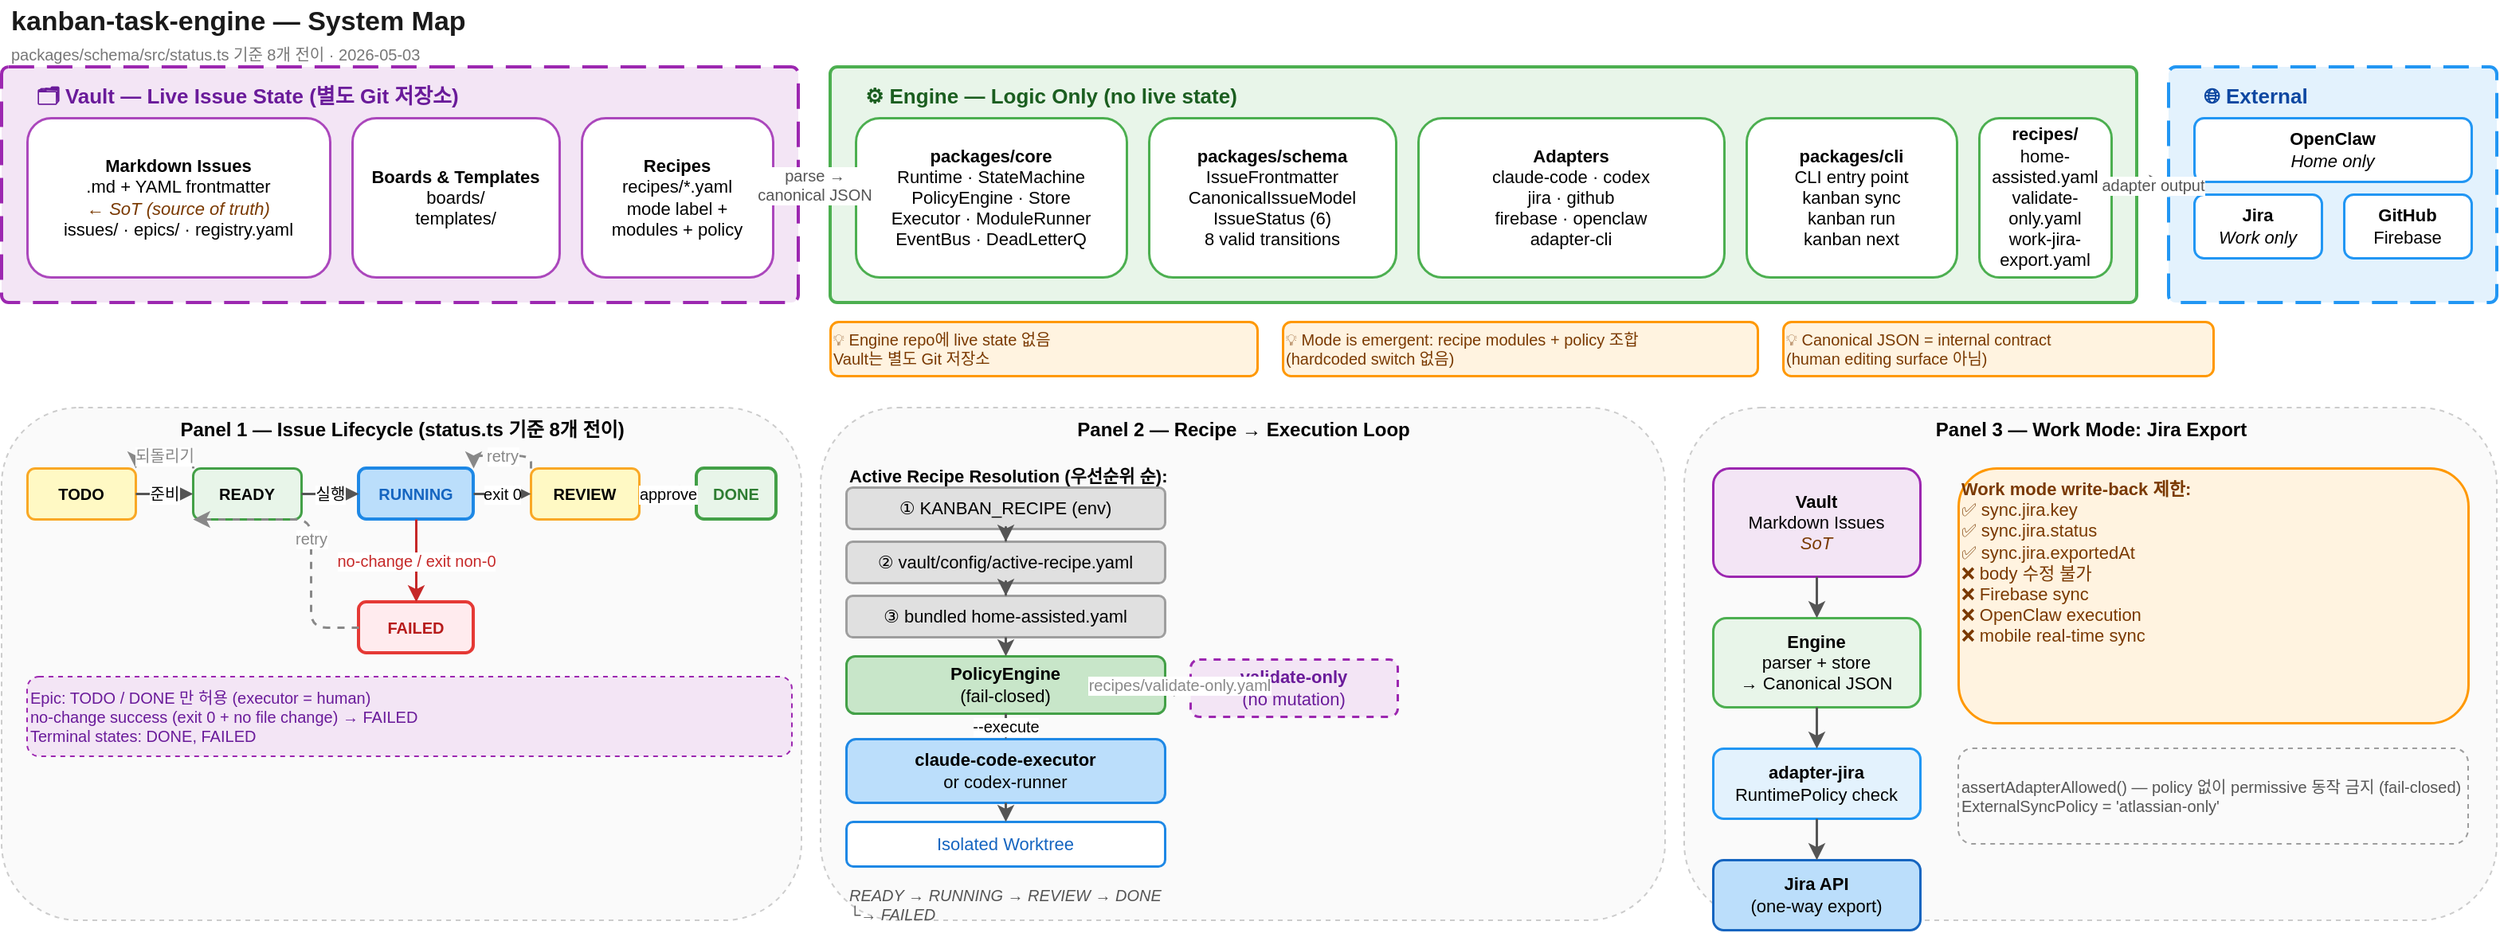
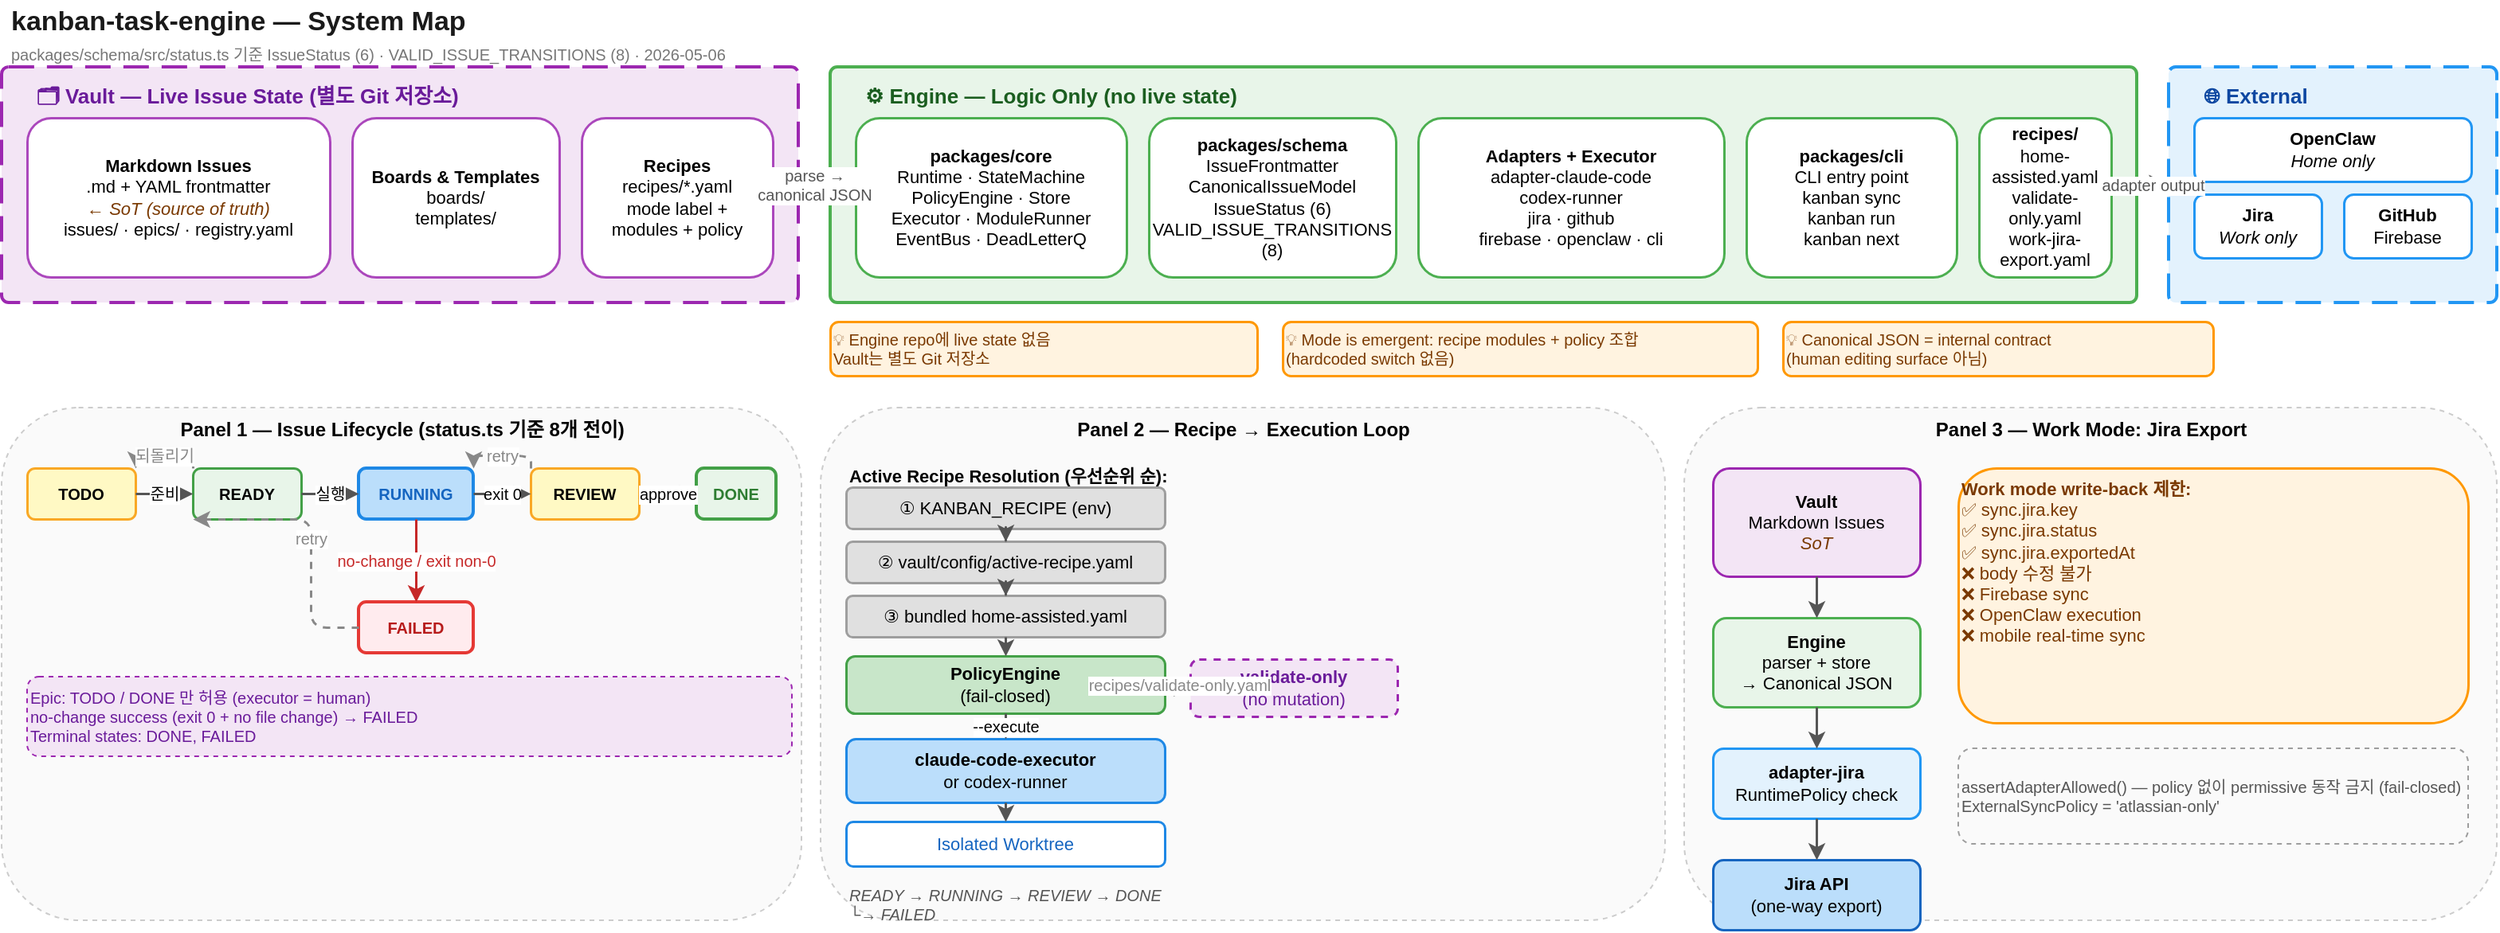
<?xml version="1.0" encoding="UTF-8"?>
<mxfile host="app.diagrams.net" modified="2026-05-03" agent="kanban-task-engine-design" version="24.0.0">
  <diagram name="System Map" id="kanban-one-page-v2">
    <mxGraphModel dx="0" dy="0" grid="10" gridSize="10" guides="1" tooltips="1"
                  connect="1" arrows="1" fold="1" page="1" pageScale="1"
                  pageWidth="1600" pageHeight="900" math="0" shadow="0">
      <root>
        <mxCell id="0"/>
        <mxCell id="1" parent="0"/>

        <!-- ════════════════════════════════════════
             PAGE TITLE
        ════════════════════════════════════════ -->
        <mxCell id="page-title" value="kanban-task-engine — System Map"
                style="text;html=1;align=left;verticalAlign=middle;fontStyle=1;fontSize=17;fontColor=#1a1a1a;"
                vertex="1" parent="1">
          <mxGeometry x="20" y="10" width="600" height="28" as="geometry"/>
        </mxCell>
-         <mxCell id="page-sub" value="packages/schema/src/status.ts 기준 8개 전이 · 2026-05-03"
+         <mxCell id="page-sub" value="packages/schema/src/status.ts 기준 IssueStatus (6) · VALID_ISSUE_TRANSITIONS (8) · 2026-05-06"
                style="text;html=1;align=left;verticalAlign=middle;fontSize=10;fontColor=#777;"
                vertex="1" parent="1">
          <mxGeometry x="20" y="36" width="600" height="16" as="geometry"/>
        </mxCell>

        <!-- ════════════════════════════════════════
             ZONE 1: VAULT
        ════════════════════════════════════════ -->
        <mxCell id="vault-zone" value=""
                style="rounded=1;arcSize=3;fillColor=#F3E5F5;strokeColor=#9C27B0;strokeWidth=2;dashed=1;dashPattern=8 4;"
                vertex="1" parent="1">
          <mxGeometry x="16" y="52" width="500" height="148" as="geometry"/>
        </mxCell>
        <mxCell id="vault-label" value="🗂  Vault — Live Issue State (별도 Git 저장소)"
                style="text;html=1;align=left;verticalAlign=middle;fontStyle=1;fontSize=13;fontColor=#6a1b9a;"
                vertex="1" parent="vault-zone">
          <mxGeometry x="20" y="8" width="460" height="20" as="geometry"/>
        </mxCell>

        <mxCell id="vault-md" value="&lt;b&gt;Markdown Issues&lt;/b&gt;&lt;br/&gt;.md + YAML frontmatter&lt;br/&gt;&lt;i style='color:#7a3900'&gt;← SoT (source of truth)&lt;/i&gt;&lt;br/&gt;issues/ · epics/ · registry.yaml"
                style="rounded=1;whiteSpace=wrap;html=1;fillColor=#ffffff;strokeColor=#AB47BC;strokeWidth=1.5;fontSize=11;align=center;verticalAlign=middle;"
                vertex="1" parent="vault-zone">
          <mxGeometry x="16" y="32" width="190" height="100" as="geometry"/>
        </mxCell>
        <mxCell id="vault-boards" value="&lt;b&gt;Boards &amp; Templates&lt;/b&gt;&lt;br/&gt;boards/&lt;br/&gt;templates/"
                style="rounded=1;whiteSpace=wrap;html=1;fillColor=#ffffff;strokeColor=#AB47BC;strokeWidth=1.5;fontSize=11;align=center;verticalAlign=middle;"
                vertex="1" parent="vault-zone">
          <mxGeometry x="220" y="32" width="130" height="100" as="geometry"/>
        </mxCell>
        <mxCell id="vault-recipes" value="&lt;b&gt;Recipes&lt;/b&gt;&lt;br/&gt;recipes/*.yaml&lt;br/&gt;mode label +&lt;br/&gt;modules + policy"
                style="rounded=1;whiteSpace=wrap;html=1;fillColor=#ffffff;strokeColor=#AB47BC;strokeWidth=1.5;fontSize=11;align=center;verticalAlign=middle;"
                vertex="1" parent="vault-zone">
          <mxGeometry x="364" y="32" width="120" height="100" as="geometry"/>
        </mxCell>

        <!-- ════════════════════════════════════════
             ZONE 2: ENGINE
        ════════════════════════════════════════ -->
        <mxCell id="engine-zone" value=""
                style="rounded=1;arcSize=3;fillColor=#E8F5E9;strokeColor=#4CAF50;strokeWidth=2;"
                vertex="1" parent="1">
          <mxGeometry x="536" y="52" width="820" height="148" as="geometry"/>
        </mxCell>
        <mxCell id="engine-label" value="⚙️  Engine — Logic Only (no live state)"
                style="text;html=1;align=left;verticalAlign=middle;fontStyle=1;fontSize=13;fontColor=#1b5e20;"
                vertex="1" parent="engine-zone">
          <mxGeometry x="20" y="8" width="500" height="20" as="geometry"/>
        </mxCell>

        <mxCell id="engine-core" value="&lt;b&gt;packages/core&lt;/b&gt;&lt;br/&gt;Runtime · StateMachine&lt;br/&gt;PolicyEngine · Store&lt;br/&gt;Executor · ModuleRunner&lt;br/&gt;EventBus · DeadLetterQ"
                style="rounded=1;whiteSpace=wrap;html=1;fillColor=#ffffff;strokeColor=#4CAF50;strokeWidth=1.5;fontSize=11;align=center;verticalAlign=middle;"
                vertex="1" parent="engine-zone">
          <mxGeometry x="16" y="32" width="170" height="100" as="geometry"/>
        </mxCell>
-         <mxCell id="engine-schema" value="&lt;b&gt;packages/schema&lt;/b&gt;&lt;br/&gt;IssueFrontmatter&lt;br/&gt;CanonicalIssueModel&lt;br/&gt;IssueStatus (6)&lt;br/&gt;8 valid transitions"
+         <mxCell id="engine-schema" value="&lt;b&gt;packages/schema&lt;/b&gt;&lt;br/&gt;IssueFrontmatter&lt;br/&gt;CanonicalIssueModel&lt;br/&gt;IssueStatus (6)&lt;br/&gt;VALID_ISSUE_TRANSITIONS (8)"
                style="rounded=1;whiteSpace=wrap;html=1;fillColor=#ffffff;strokeColor=#4CAF50;strokeWidth=1.5;fontSize=11;align=center;verticalAlign=middle;"
                vertex="1" parent="engine-zone">
          <mxGeometry x="200" y="32" width="155" height="100" as="geometry"/>
        </mxCell>
-         <mxCell id="engine-adapters" value="&lt;b&gt;Adapters&lt;/b&gt;&lt;br/&gt;claude-code · codex&lt;br/&gt;jira · github&lt;br/&gt;firebase · openclaw&lt;br/&gt;adapter-cli"
+         <mxCell id="engine-adapters" value="&lt;b&gt;Adapters + Executor&lt;/b&gt;&lt;br/&gt;adapter-claude-code&lt;br/&gt;codex-runner&lt;br/&gt;jira · github&lt;br/&gt;firebase · openclaw · cli"
                style="rounded=1;whiteSpace=wrap;html=1;fillColor=#ffffff;strokeColor=#4CAF50;strokeWidth=1.5;fontSize=11;align=center;verticalAlign=middle;"
                vertex="1" parent="engine-zone">
          <mxGeometry x="369" y="32" width="192" height="100" as="geometry"/>
        </mxCell>
        <mxCell id="engine-cli" value="&lt;b&gt;packages/cli&lt;/b&gt;&lt;br/&gt;CLI entry point&lt;br/&gt;kanban sync&lt;br/&gt;kanban run&lt;br/&gt;kanban next"
                style="rounded=1;whiteSpace=wrap;html=1;fillColor=#ffffff;strokeColor=#4CAF50;strokeWidth=1.5;fontSize=11;align=center;verticalAlign=middle;"
                vertex="1" parent="engine-zone">
          <mxGeometry x="575" y="32" width="132" height="100" as="geometry"/>
        </mxCell>
        <mxCell id="engine-recipes" value="&lt;b&gt;recipes/&lt;/b&gt;&lt;br/&gt;home-assisted.yaml&lt;br/&gt;validate-only.yaml&lt;br/&gt;work-jira-export.yaml"
                style="rounded=1;whiteSpace=wrap;html=1;fillColor=#ffffff;strokeColor=#4CAF50;strokeWidth=1.5;fontSize=11;align=center;verticalAlign=middle;"
                vertex="1" parent="engine-zone">
          <mxGeometry x="721" y="32" width="83" height="100" as="geometry"/>
        </mxCell>

        <!-- ════════════════════════════════════════
             ZONE 3: EXTERNAL
        ════════════════════════════════════════ -->
        <mxCell id="ext-zone" value=""
                style="rounded=1;arcSize=3;fillColor=#E3F2FD;strokeColor=#2196F3;strokeWidth=2;dashed=1;dashPattern=8 4;"
                vertex="1" parent="1">
          <mxGeometry x="1376" y="52" width="206" height="148" as="geometry"/>
        </mxCell>
        <mxCell id="ext-label" value="🌐  External"
                style="text;html=1;align=left;verticalAlign=middle;fontStyle=1;fontSize=13;fontColor=#0d47a1;"
                vertex="1" parent="ext-zone">
          <mxGeometry x="20" y="8" width="180" height="20" as="geometry"/>
        </mxCell>
        <mxCell id="ext-openclaw" value="&lt;b&gt;OpenClaw&lt;/b&gt;&lt;br/&gt;&lt;i&gt;Home only&lt;/i&gt;"
                style="rounded=1;whiteSpace=wrap;html=1;fillColor=#ffffff;strokeColor=#2196F3;strokeWidth=1.5;fontSize=11;"
                vertex="1" parent="ext-zone">
          <mxGeometry x="16" y="32" width="174" height="40" as="geometry"/>
        </mxCell>
        <mxCell id="ext-jira" value="&lt;b&gt;Jira&lt;/b&gt;&lt;br/&gt;&lt;i&gt;Work only&lt;/i&gt;"
                style="rounded=1;whiteSpace=wrap;html=1;fillColor=#ffffff;strokeColor=#2196F3;strokeWidth=1.5;fontSize=11;"
                vertex="1" parent="ext-zone">
          <mxGeometry x="16" y="80" width="80" height="40" as="geometry"/>
        </mxCell>
        <mxCell id="ext-github" value="&lt;b&gt;GitHub&lt;/b&gt;&lt;br/&gt;Firebase"
                style="rounded=1;whiteSpace=wrap;html=1;fillColor=#ffffff;strokeColor=#2196F3;strokeWidth=1.5;fontSize=11;"
                vertex="1" parent="ext-zone">
          <mxGeometry x="110" y="80" width="80" height="40" as="geometry"/>
        </mxCell>

        <!-- ════════════════════════════════════════
             TOP-LEVEL ARROWS
        ════════════════════════════════════════ -->
        <mxCell id="arrow-v2e" value="parse →&lt;br/&gt;canonical JSON"
                style="edgeStyle=orthogonalEdgeStyle;html=1;exitX=1;exitY=0.5;exitDx=0;exitDy=0;entryX=0;entryY=0.5;entryDx=0;entryDy=0;strokeColor=#555555;strokeWidth=2;fontSize=10;fontColor=#555;"
                edge="1" parent="1" source="vault-zone" target="engine-zone">
          <mxGeometry relative="1" as="geometry"/>
        </mxCell>
        <mxCell id="arrow-e2ext" value="adapter output"
                style="edgeStyle=orthogonalEdgeStyle;html=1;exitX=1;exitY=0.5;exitDx=0;exitDy=0;entryX=0;entryY=0.5;entryDx=0;entryDy=0;strokeColor=#555555;strokeWidth=2;fontSize=10;fontColor=#555;"
                edge="1" parent="1" source="engine-zone" target="ext-zone">
          <mxGeometry relative="1" as="geometry"/>
        </mxCell>

        <!-- ════════════════════════════════════════
             ANNOTATIONS
        ════════════════════════════════════════ -->
        <mxCell id="anno-state" value="💡 Engine repo에 live state 없음&lt;br/&gt;Vault는 별도 Git 저장소"
                style="rounded=1;whiteSpace=wrap;html=1;fillColor=#FFF3E0;strokeColor=#FF9800;strokeWidth=1.5;fontSize=10;fontColor=#7a3900;align=left;"
                vertex="1" parent="1">
          <mxGeometry x="536" y="212" width="268" height="34" as="geometry"/>
        </mxCell>
        <mxCell id="anno-mode" value="💡 Mode is emergent: recipe modules + policy 조합&lt;br/&gt;(hardcoded switch 없음)"
                style="rounded=1;whiteSpace=wrap;html=1;fillColor=#FFF3E0;strokeColor=#FF9800;strokeWidth=1.5;fontSize=10;fontColor=#7a3900;align=left;"
                vertex="1" parent="1">
          <mxGeometry x="820" y="212" width="298" height="34" as="geometry"/>
        </mxCell>
        <mxCell id="anno-json" value="💡 Canonical JSON = internal contract&lt;br/&gt;(human editing surface 아님)"
                style="rounded=1;whiteSpace=wrap;html=1;fillColor=#FFF3E0;strokeColor=#FF9800;strokeWidth=1.5;fontSize=10;fontColor=#7a3900;align=left;"
                vertex="1" parent="1">
          <mxGeometry x="1134" y="212" width="270" height="34" as="geometry"/>
        </mxCell>

        <!-- ════════════════════════════════════════
             PANEL 1: ISSUE LIFECYCLE
        ════════════════════════════════════════ -->
        <mxCell id="panel1-bg" value=""
                style="rounded=1;fillColor=#fafafa;strokeColor=#cccccc;dashed=1;"
                vertex="1" parent="1">
          <mxGeometry x="16" y="266" width="502" height="322" as="geometry"/>
        </mxCell>
        <mxCell id="panel1-title" value="Panel 1 — Issue Lifecycle (status.ts 기준 8개 전이)"
                style="text;html=1;align=center;verticalAlign=middle;fontStyle=1;fontSize=12;"
                vertex="1" parent="1">
          <mxGeometry x="16" y="270" width="502" height="20" as="geometry"/>
        </mxCell>

        <!-- Status boxes -->
        <mxCell id="s-todo"    value="TODO"    style="rounded=1;whiteSpace=wrap;html=1;fillColor=#FFF9C4;strokeColor=#F9A825;strokeWidth=1.5;fontStyle=1;fontSize=10;" vertex="1" parent="1"><mxGeometry x="32"  y="304" width="68" height="32" as="geometry"/></mxCell>
        <mxCell id="s-ready"   value="READY"   style="rounded=1;whiteSpace=wrap;html=1;fillColor=#E8F5E9;strokeColor=#43A047;strokeWidth=1.5;fontStyle=1;fontSize=10;" vertex="1" parent="1"><mxGeometry x="136" y="304" width="68" height="32" as="geometry"/></mxCell>
        <mxCell id="s-running" value="RUNNING" style="rounded=1;whiteSpace=wrap;html=1;fillColor=#BBDEFB;strokeColor=#1E88E5;strokeWidth=2;fontStyle=1;fontSize=10;fontColor=#1565C0;" vertex="1" parent="1"><mxGeometry x="240" y="304" width="72" height="32" as="geometry"/></mxCell>
        <mxCell id="s-review"  value="REVIEW"  style="rounded=1;whiteSpace=wrap;html=1;fillColor=#FFF9C4;strokeColor=#F9A825;strokeWidth=1.5;fontStyle=1;fontSize=10;" vertex="1" parent="1"><mxGeometry x="348" y="304" width="68" height="32" as="geometry"/></mxCell>
        <mxCell id="s-done"    value="DONE"    style="rounded=1;whiteSpace=wrap;html=1;fillColor=#E8F5E9;strokeColor=#43A047;strokeWidth=2;fontStyle=1;fontSize=10;fontColor=#2e7d32;" vertex="1" parent="1"><mxGeometry x="452" y="304" width="50" height="32" as="geometry"/></mxCell>
        <mxCell id="s-failed"  value="FAILED"  style="rounded=1;whiteSpace=wrap;html=1;fillColor=#FFEBEE;strokeColor=#E53935;strokeWidth=2;fontStyle=1;fontSize=10;fontColor=#b71c1c;" vertex="1" parent="1"><mxGeometry x="240" y="388" width="72" height="32" as="geometry"/></mxCell>

        <!-- Forward transitions -->
        <mxCell id="t-todo-ready"    value="준비"    style="edgeStyle=orthogonalEdgeStyle;html=1;strokeColor=#555;strokeWidth=1.5;fontSize=10;" edge="1" parent="1" source="s-todo"    target="s-ready"><mxGeometry relative="1" as="geometry"/></mxCell>
        <mxCell id="t-ready-running" value="실행"    style="edgeStyle=orthogonalEdgeStyle;html=1;strokeColor=#555;strokeWidth=1.5;fontSize=10;" edge="1" parent="1" source="s-ready"   target="s-running"><mxGeometry relative="1" as="geometry"/></mxCell>
        <mxCell id="t-running-review" value="exit 0" style="edgeStyle=orthogonalEdgeStyle;html=1;strokeColor=#555;strokeWidth=1.5;fontSize=10;" edge="1" parent="1" source="s-running"  target="s-review"><mxGeometry relative="1" as="geometry"/></mxCell>
        <mxCell id="t-review-done"   value="approve" style="edgeStyle=orthogonalEdgeStyle;html=1;strokeColor=#555;strokeWidth=1.5;fontSize=10;" edge="1" parent="1" source="s-review"   target="s-done"><mxGeometry relative="1" as="geometry"/></mxCell>
        <mxCell id="t-running-failed" value="no-change / exit non-0" style="edgeStyle=orthogonalEdgeStyle;html=1;strokeColor=#c62828;strokeWidth=1.5;fontSize=10;fontColor=#c62828;exitX=0.5;exitY=1;exitDx=0;exitDy=0;entryX=0.5;entryY=0;entryDx=0;entryDy=0;" edge="1" parent="1" source="s-running" target="s-failed"><mxGeometry relative="1" as="geometry"/></mxCell>

        <!-- Back transitions (dashed) -->
        <mxCell id="t-ready-todo"     value="되돌리기" style="edgeStyle=elbowEdgeStyle;html=1;strokeColor=#888;strokeWidth=1.5;dashed=1;fontSize=10;fontColor=#888;exitX=0;exitY=0;exitDx=0;exitDy=0;entryX=1;entryY=0;entryDx=0;entryDy=0;elbow=vertical;" edge="1" parent="1" source="s-ready" target="s-todo"><mxGeometry relative="1" as="geometry"><Array as="points"><mxPoint x="170" y="296"/><mxPoint x="66" y="296"/></Array></mxGeometry></mxCell>
        <mxCell id="t-review-running" value="retry"   style="edgeStyle=elbowEdgeStyle;html=1;strokeColor=#888;strokeWidth=1.5;dashed=1;fontSize=10;fontColor=#888;exitX=0;exitY=0;exitDx=0;exitDy=0;entryX=1;entryY=0;entryDx=0;entryDy=0;" edge="1" parent="1" source="s-review" target="s-running"><mxGeometry relative="1" as="geometry"><Array as="points"><mxPoint x="348" y="296"/><mxPoint x="312" y="296"/></Array></mxGeometry></mxCell>
        <mxCell id="t-failed-ready"   value="retry"   style="edgeStyle=elbowEdgeStyle;html=1;strokeColor=#888;strokeWidth=1.5;dashed=1;fontSize=10;fontColor=#888;exitX=0;exitY=0.5;exitDx=0;exitDy=0;entryX=0;entryY=1;entryDx=0;entryDy=0;" edge="1" parent="1" source="s-failed" target="s-ready"><mxGeometry relative="1" as="geometry"><Array as="points"><mxPoint x="210" y="404"/><mxPoint x="210" y="336"/></Array></mxGeometry></mxCell>

        <!-- Epic / terminal note -->
        <mxCell id="panel1-note" value="Epic: TODO / DONE 만 허용 (executor = human)&#xa;no-change success (exit 0 + no file change) → FAILED&#xa;Terminal states: DONE, FAILED"
                style="rounded=1;whiteSpace=wrap;html=1;fillColor=#F3E5F5;strokeColor=#9C27B0;strokeWidth=1;dashed=1;fontSize=10;fontColor=#6a1b9a;align=left;verticalAlign=middle;"
                vertex="1" parent="1">
          <mxGeometry x="32" y="435" width="480" height="50" as="geometry"/>
        </mxCell>

        <!-- ════════════════════════════════════════
             PANEL 2: RECIPE → EXECUTION LOOP
        ════════════════════════════════════════ -->
        <mxCell id="panel2-bg" value=""
                style="rounded=1;fillColor=#fafafa;strokeColor=#cccccc;dashed=1;"
                vertex="1" parent="1">
          <mxGeometry x="530" y="266" width="530" height="322" as="geometry"/>
        </mxCell>
        <mxCell id="panel2-title" value="Panel 2 — Recipe → Execution Loop"
                style="text;html=1;align=center;verticalAlign=middle;fontStyle=1;fontSize=12;"
                vertex="1" parent="1">
          <mxGeometry x="530" y="270" width="530" height="20" as="geometry"/>
        </mxCell>

        <!-- Recipe resolution steps -->
        <mxCell id="r-step-label" value="Active Recipe Resolution (우선순위 순):"
                style="text;html=1;align=left;fontSize=11;fontStyle=1;" vertex="1" parent="1">
          <mxGeometry x="546" y="296" width="300" height="18" as="geometry"/>
        </mxCell>
        <mxCell id="r-step1" value="① KANBAN_RECIPE (env)"
                style="rounded=1;whiteSpace=wrap;html=1;fillColor=#E0E0E0;strokeColor=#9E9E9E;strokeWidth=1.5;fontSize=11;"
                vertex="1" parent="1">
          <mxGeometry x="546" y="316" width="200" height="26" as="geometry"/>
        </mxCell>
        <mxCell id="r-step2" value="② vault/config/active-recipe.yaml"
                style="rounded=1;whiteSpace=wrap;html=1;fillColor=#E0E0E0;strokeColor=#9E9E9E;strokeWidth=1.5;fontSize=11;"
                vertex="1" parent="1">
          <mxGeometry x="546" y="350" width="200" height="26" as="geometry"/>
        </mxCell>
        <mxCell id="r-step3" value="③ bundled home-assisted.yaml"
                style="rounded=1;whiteSpace=wrap;html=1;fillColor=#E0E0E0;strokeColor=#9E9E9E;strokeWidth=1.5;fontSize=11;"
                vertex="1" parent="1">
          <mxGeometry x="546" y="384" width="200" height="26" as="geometry"/>
        </mxCell>
        <mxCell id="r-arrow-12" value="" style="edgeStyle=orthogonalEdgeStyle;html=1;strokeColor=#555;strokeWidth=1.5;" edge="1" parent="1" source="r-step1" target="r-step2"><mxGeometry relative="1" as="geometry"/></mxCell>
        <mxCell id="r-arrow-23" value="" style="edgeStyle=orthogonalEdgeStyle;html=1;strokeColor=#555;strokeWidth=1.5;" edge="1" parent="1" source="r-step2" target="r-step3"><mxGeometry relative="1" as="geometry"/></mxCell>

        <!-- PolicyEngine -->
        <mxCell id="r-policy" value="&lt;b&gt;PolicyEngine&lt;/b&gt;&lt;br/&gt;(fail-closed)"
                style="rounded=1;whiteSpace=wrap;html=1;fillColor=#C8E6C9;strokeColor=#43A047;strokeWidth=1.5;fontSize=11;"
                vertex="1" parent="1">
          <mxGeometry x="546" y="422" width="200" height="36" as="geometry"/>
        </mxCell>
        <mxCell id="r-arrow-step3-policy" value="" style="edgeStyle=orthogonalEdgeStyle;html=1;strokeColor=#555;strokeWidth=1.5;" edge="1" parent="1" source="r-step3" target="r-policy"><mxGeometry relative="1" as="geometry"/></mxCell>

        <!-- Fork: validate-only -->
        <mxCell id="r-validate" value="&lt;b&gt;validate-only&lt;/b&gt;&lt;br/&gt;(no mutation)"
                style="rounded=1;whiteSpace=wrap;html=1;fillColor=#F3E5F5;strokeColor=#9C27B0;strokeWidth=1.5;dashed=1;fontSize=11;fontColor=#6a1b9a;"
                vertex="1" parent="1">
          <mxGeometry x="762" y="424" width="130" height="36" as="geometry"/>
        </mxCell>
        <mxCell id="r-arrow-policy-validate" value="recipes/validate-only.yaml"
                style="edgeStyle=orthogonalEdgeStyle;html=1;strokeColor=#888;strokeWidth=1.5;dashed=1;fontSize=10;fontColor=#888;"
                edge="1" parent="1" source="r-policy" target="r-validate">
          <mxGeometry relative="1" as="geometry"/>
        </mxCell>

        <!-- Executor -->
        <mxCell id="r-executor" value="&lt;b&gt;claude-code-executor&lt;/b&gt;&lt;br/&gt;or codex-runner"
                style="rounded=1;whiteSpace=wrap;html=1;fillColor=#BBDEFB;strokeColor=#1E88E5;strokeWidth=1.5;fontSize=11;"
                vertex="1" parent="1">
          <mxGeometry x="546" y="474" width="200" height="40" as="geometry"/>
        </mxCell>
        <mxCell id="r-arrow-policy-exec" value="--execute"
                style="edgeStyle=orthogonalEdgeStyle;html=1;strokeColor=#555;strokeWidth=1.5;fontSize=10;exitX=0.5;exitY=1;exitDx=0;exitDy=0;entryX=0.5;entryY=0;entryDx=0;entryDy=0;"
                edge="1" parent="1" source="r-policy" target="r-executor">
          <mxGeometry relative="1" as="geometry"/>
        </mxCell>

        <!-- Worktree -->
        <mxCell id="r-worktree" value="Isolated Worktree"
                style="rounded=1;whiteSpace=wrap;html=1;fillColor=#ffffff;strokeColor=#1E88E5;strokeWidth=1.5;fontSize=11;fontColor=#1565C0;"
                vertex="1" parent="1">
          <mxGeometry x="546" y="526" width="200" height="28" as="geometry"/>
        </mxCell>
        <mxCell id="r-arrow-exec-wt" value="" style="edgeStyle=orthogonalEdgeStyle;html=1;strokeColor=#555;strokeWidth=1.5;" edge="1" parent="1" source="r-executor" target="r-worktree"><mxGeometry relative="1" as="geometry"/></mxCell>

        <!-- Status mini note -->
        <mxCell id="r-status-note" value="READY → RUNNING → REVIEW → DONE&#xa;                          └→ FAILED"
                style="text;html=1;align=left;fontSize=10;fontColor=#555;fontStyle=2;" vertex="1" parent="1">
          <mxGeometry x="546" y="560" width="300" height="28" as="geometry"/>
        </mxCell>

        <!-- ════════════════════════════════════════
             PANEL 3: WORK / JIRA EXPORT
        ════════════════════════════════════════ -->
        <mxCell id="panel3-bg" value=""
                style="rounded=1;fillColor=#fafafa;strokeColor=#cccccc;dashed=1;"
                vertex="1" parent="1">
          <mxGeometry x="1072" y="266" width="510" height="322" as="geometry"/>
        </mxCell>
        <mxCell id="panel3-title" value="Panel 3 — Work Mode: Jira Export"
                style="text;html=1;align=center;verticalAlign=middle;fontStyle=1;fontSize=12;"
                vertex="1" parent="1">
          <mxGeometry x="1072" y="270" width="510" height="20" as="geometry"/>
        </mxCell>

        <!-- Flow boxes -->
        <mxCell id="p3-vault" value="&lt;b&gt;Vault&lt;/b&gt;&lt;br/&gt;Markdown Issues&lt;br/&gt;&lt;i style='color:#7a3900'&gt;SoT&lt;/i&gt;"
                style="rounded=1;whiteSpace=wrap;html=1;fillColor=#F3E5F5;strokeColor=#9C27B0;strokeWidth=1.5;fontSize=11;"
                vertex="1" parent="1">
          <mxGeometry x="1090" y="304" width="130" height="68" as="geometry"/>
        </mxCell>
        <mxCell id="p3-engine" value="&lt;b&gt;Engine&lt;/b&gt;&lt;br/&gt;parser + store&lt;br/&gt;→ Canonical JSON"
                style="rounded=1;whiteSpace=wrap;html=1;fillColor=#E8F5E9;strokeColor=#4CAF50;strokeWidth=1.5;fontSize=11;"
                vertex="1" parent="1">
          <mxGeometry x="1090" y="398" width="130" height="56" as="geometry"/>
        </mxCell>
        <mxCell id="p3-jira-adapter" value="&lt;b&gt;adapter-jira&lt;/b&gt;&lt;br/&gt;RuntimePolicy check"
                style="rounded=1;whiteSpace=wrap;html=1;fillColor=#E3F2FD;strokeColor=#2196F3;strokeWidth=1.5;fontSize=11;"
                vertex="1" parent="1">
          <mxGeometry x="1090" y="480" width="130" height="44" as="geometry"/>
        </mxCell>
        <mxCell id="p3-jira-api" value="&lt;b&gt;Jira API&lt;/b&gt;&lt;br/&gt;(one-way export)"
                style="rounded=1;whiteSpace=wrap;html=1;fillColor=#BBDEFB;strokeColor=#1565C0;strokeWidth=1.5;fontSize=11;"
                vertex="1" parent="1">
          <mxGeometry x="1090" y="550" width="130" height="44" as="geometry"/>
        </mxCell>

        <!-- Flow arrows -->
        <mxCell id="p3-a1" value="" style="edgeStyle=orthogonalEdgeStyle;html=1;strokeColor=#555;strokeWidth=1.5;" edge="1" parent="1" source="p3-vault"        target="p3-engine"><mxGeometry relative="1" as="geometry"/></mxCell>
        <mxCell id="p3-a2" value="" style="edgeStyle=orthogonalEdgeStyle;html=1;strokeColor=#555;strokeWidth=1.5;" edge="1" parent="1" source="p3-engine"       target="p3-jira-adapter"><mxGeometry relative="1" as="geometry"/></mxCell>
        <mxCell id="p3-a3" value="" style="edgeStyle=orthogonalEdgeStyle;html=1;strokeColor=#555;strokeWidth=1.5;" edge="1" parent="1" source="p3-jira-adapter" target="p3-jira-api"><mxGeometry relative="1" as="geometry"/></mxCell>

        <!-- Write-back callout -->
        <mxCell id="p3-writeback" value="&lt;b&gt;Work mode write-back 제한:&lt;/b&gt;&lt;br/&gt;✅ sync.jira.key&lt;br/&gt;✅ sync.jira.status&lt;br/&gt;✅ sync.jira.exportedAt&lt;br/&gt;❌ body 수정 불가&lt;br/&gt;❌ Firebase sync&lt;br/&gt;❌ OpenClaw execution&lt;br/&gt;❌ mobile real-time sync"
                style="rounded=1;whiteSpace=wrap;html=1;fillColor=#FFF3E0;strokeColor=#FF9800;strokeWidth=1.5;fontSize=11;fontColor=#7a3900;align=left;verticalAlign=top;"
                vertex="1" parent="1">
          <mxGeometry x="1244" y="304" width="320" height="160" as="geometry"/>
        </mxCell>

        <!-- Policy note -->
        <mxCell id="p3-policy-note" value="assertAdapterAllowed() — policy 없이 permissive 동작 금지 (fail-closed)&#xa;ExternalSyncPolicy = 'atlassian-only'"
                style="rounded=1;whiteSpace=wrap;html=1;fillColor=#fafafa;strokeColor=#9E9E9E;strokeWidth=1;dashed=1;fontSize=10;fontColor=#555;align=left;verticalAlign=middle;"
                vertex="1" parent="1">
          <mxGeometry x="1244" y="480" width="320" height="60" as="geometry"/>
        </mxCell>

      </root>
    </mxGraphModel>
  </diagram>
</mxfile>
